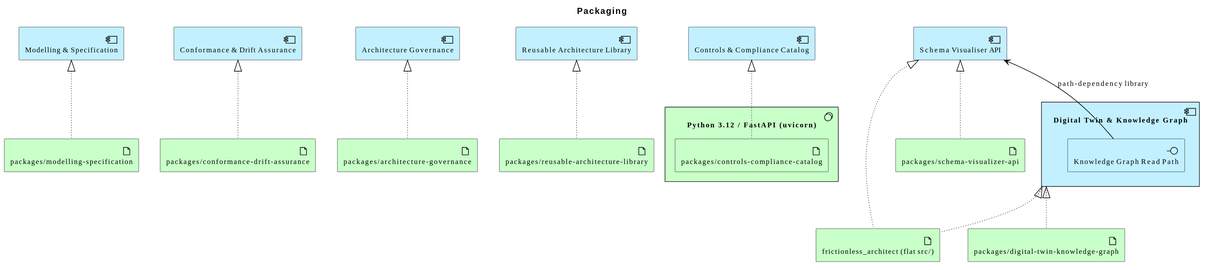
This is architecture/model/diagrams/implementation/packaging.svg from wolffy-au/frictionless-architect, a PlantUML export, as it was before one commit.
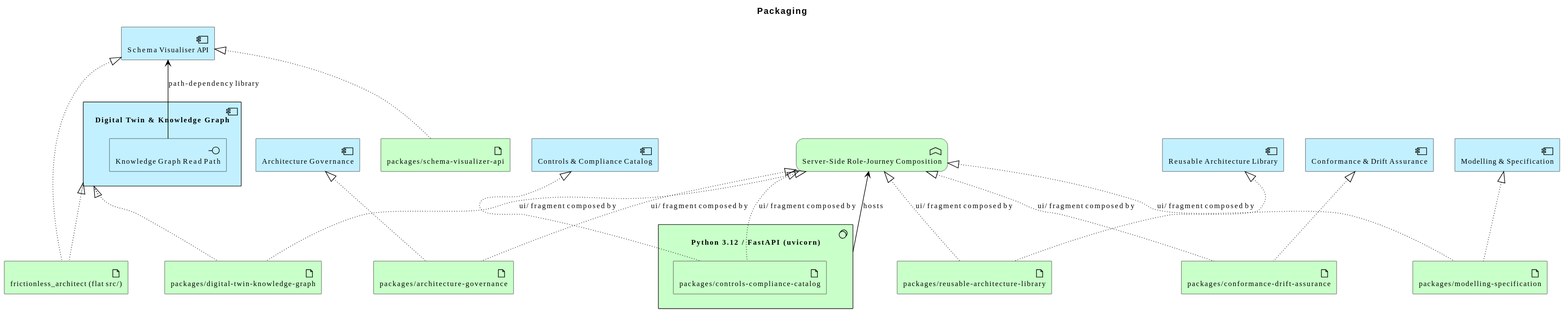
The same diagram one commit later.

Commit message:
feat(model): model per-subsystem UI composition and schema-viz UI home (GH #55)

Change to the diagram source:
```diff
@@ -22,6 +22,7 @@
 Technology_SystemSoftware(e_ida1d9ee28fe8258, "Python 3.12 / FastAPI (uvicorn)") {
   Technology_Artifact(e_idfcb391a9833b5b, "packages/controls-compliance-catalog")
 }
+Technology_Function(e_id6603be277fb85c, "Server-Side Role-Journey Composition")
 
 Rel_Serving_Up(e_id0c9a1a2f155254, e_idd18b3d46fade58, "path-dependency library")
 Rel_Realization_Up(e_id9b247a70d9f258, e_idd18b3d46fade58, "")
@@ -33,4 +34,11 @@
 Rel_Realization_Up(e_id880eb98a22b15c, e_id0d5bd02b5ffe5e, "")
 Rel_Realization_Up(e_idb422fae52e4652, e_id492c882252a953, "")
 Rel_Realization_Up(e_id42d611ba8e6759, e_id82f04fecbdd85e, "")
+Rel_Serving_Up(e_ida1d9ee28fe8258, e_id6603be277fb85c, "hosts")
+Rel_Realization_Up(e_idfcb391a9833b5b, e_id6603be277fb85c, "ui/ fragment composed by")
+Rel_Realization_Up(e_id3ac7123fc98d52, e_id6603be277fb85c, "ui/ fragment composed by")
+Rel_Realization_Up(e_id69891242354858, e_id6603be277fb85c, "ui/ fragment composed by")
+Rel_Realization_Up(e_id880eb98a22b15c, e_id6603be277fb85c, "ui/ fragment composed by")
+Rel_Realization_Up(e_idb422fae52e4652, e_id6603be277fb85c, "ui/ fragment composed by")
+Rel_Realization_Up(e_id42d611ba8e6759, e_id6603be277fb85c, "ui/ fragment composed by")
 @enduml
```
